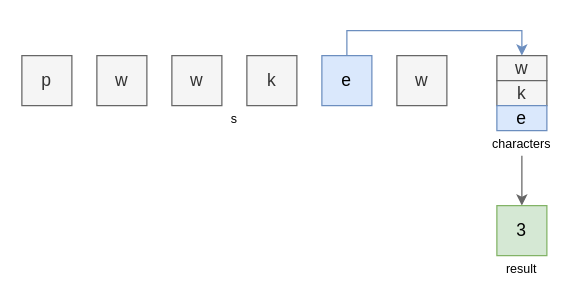
This is page "4" (4 of 4) of problems/problem3.drawio from hanggrian/grind-leetcode, a draw.io file, before an edit. Source tidied: cells renumbered, new cells numbered last; positions are measured from the earlier drawing's top-left corner, leaving out a move shared by most shapes. Both pictures are drawn from the tidied source at 125%, with x=0, y=0 at pixel (21, 55).
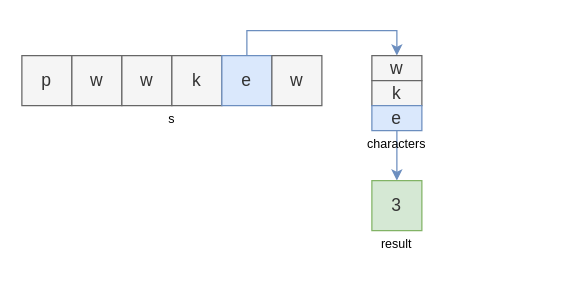
The same diagram, later.

Change to the diagram source:
```diff
@@
 <mxGraphModel>
   <root>
     <mxCell id="0" />
     <mxCell id="1" parent="0" />
     <mxCell id="2" value="p" style="text;html=1;align=center;verticalAlign=middle;whiteSpace=wrap;rounded=0;fillColor=#f5f5f5;strokeColor=#666666;fontSize=14;fontColor=#333333;" parent="1" vertex="1">
       <mxGeometry width="40" height="40" as="geometry" />
     </mxCell>
     <mxCell id="3" value="w" style="text;html=1;align=center;verticalAlign=middle;whiteSpace=wrap;rounded=0;fillColor=#f5f5f5;strokeColor=#666666;fontSize=14;fontColor=#333333;" parent="1" vertex="1">
-      <mxGeometry x="60" width="40" height="40" as="geometry" />
+      <mxGeometry x="40" width="40" height="40" as="geometry" />
     </mxCell>
     <mxCell id="4" value="w" style="text;html=1;align=center;verticalAlign=middle;whiteSpace=wrap;rounded=0;fillColor=#f5f5f5;strokeColor=#666666;fontSize=14;fontColor=#333333;" parent="1" vertex="1">
-      <mxGeometry x="120" width="40" height="40" as="geometry" />
+      <mxGeometry x="80" width="40" height="40" as="geometry" />
     </mxCell>
     <mxCell id="5" value="k" style="text;html=1;align=center;verticalAlign=middle;whiteSpace=wrap;rounded=0;fillColor=#f5f5f5;strokeColor=#666666;fontSize=14;fontColor=#333333;" parent="1" vertex="1">
-      <mxGeometry x="180" width="40" height="40" as="geometry" />
+      <mxGeometry x="120" width="40" height="40" as="geometry" />
     </mxCell>
     <mxCell id="6" style="edgeStyle=orthogonalEdgeStyle;rounded=0;jettySize=auto;html=1;exitX=0.5;exitY=0;exitDx=0;exitDy=0;entryX=0.5;entryY=0;entryDx=0;entryDy=0;fillColor=#dae8fc;strokeColor=#6c8ebf;" parent="1" edge="1" source="7" target="9">
       <mxGeometry relative="1" as="geometry" />
     </mxCell>
-    <mxCell id="7" value="e" style="text;html=1;align=center;verticalAlign=middle;whiteSpace=wrap;rounded=0;fillColor=#dae8fc;strokeColor=#6c8ebf;fontSize=14;" parent="1" vertex="1">
-      <mxGeometry x="240" width="40" height="40" as="geometry" />
+    <mxCell id="7" value="e" style="text;html=1;align=center;verticalAlign=middle;whiteSpace=wrap;rounded=0;fillColor=#dae8fc;strokeColor=#6c8ebf;fontSize=14;fontColor=#333333;" parent="1" vertex="1">
+      <mxGeometry x="160" width="40" height="40" as="geometry" />
     </mxCell>
     <mxCell id="8" value="w" style="text;html=1;align=center;verticalAlign=middle;whiteSpace=wrap;rounded=0;fillColor=#f5f5f5;strokeColor=#666666;fontSize=14;fontColor=#333333;" parent="1" vertex="1">
-      <mxGeometry x="300" width="40" height="40" as="geometry" />
+      <mxGeometry x="200" width="40" height="40" as="geometry" />
     </mxCell>
     <mxCell id="9" value="w" style="text;html=1;align=center;verticalAlign=middle;whiteSpace=wrap;rounded=0;fillColor=#f5f5f5;strokeColor=#666666;fontSize=14;fontStyle=0;fontColor=#333333;" parent="1" vertex="1">
-      <mxGeometry x="380" width="40" height="20" as="geometry" />
+      <mxGeometry x="280" width="40" height="20" as="geometry" />
     </mxCell>
     <mxCell id="10" value="s" style="text;html=1;align=center;verticalAlign=middle;whiteSpace=wrap;rounded=0;fontSize=10;" parent="1" vertex="1">
-      <mxGeometry y="40" width="340" height="20" as="geometry" />
+      <mxGeometry y="40" width="240" height="20" as="geometry" />
     </mxCell>
-    <mxCell id="11" style="edgeStyle=orthogonalEdgeStyle;rounded=0;jettySize=auto;html=1;exitX=0.5;exitY=1;exitDx=0;exitDy=0;entryX=0.5;entryY=0;entryDx=0;entryDy=0;fillColor=#f5f5f5;strokeColor=#666666;" parent="1" edge="1" source="12" target="13">
+    <mxCell id="11" style="edgeStyle=orthogonalEdgeStyle;rounded=0;jettySize=auto;html=1;exitX=0.5;exitY=1;exitDx=0;exitDy=0;entryX=0.5;entryY=0;entryDx=0;entryDy=0;fillColor=#dae8fc;strokeColor=#6c8ebf;" parent="1" edge="1" source="16" target="13">
       <mxGeometry relative="1" as="geometry" />
     </mxCell>
     <mxCell id="12" value="characters" style="text;html=1;align=center;verticalAlign=middle;whiteSpace=wrap;rounded=0;fontSize=10;" parent="1" vertex="1">
-      <mxGeometry x="380" y="60" width="40" height="20" as="geometry" />
+      <mxGeometry x="280" y="60" width="40" height="20" as="geometry" />
     </mxCell>
-    <mxCell id="13" value="3" style="text;html=1;align=center;verticalAlign=middle;whiteSpace=wrap;rounded=0;fillColor=#d5e8d4;strokeColor=#82b366;fontSize=14;fontStyle=0;" parent="1" vertex="1">
-      <mxGeometry x="380" y="120" width="40" height="40" as="geometry" />
+    <mxCell id="13" value="3" style="text;html=1;align=center;verticalAlign=middle;whiteSpace=wrap;rounded=0;fillColor=#d5e8d4;strokeColor=#82b366;fontSize=14;fontStyle=0;fontColor=#333333;" parent="1" vertex="1">
+      <mxGeometry x="280" y="100" width="40" height="40" as="geometry" />
     </mxCell>
     <mxCell id="14" value="result" style="text;html=1;align=center;verticalAlign=middle;whiteSpace=wrap;rounded=0;fontSize=10;" parent="1" vertex="1">
-      <mxGeometry x="380" y="160" width="40" height="20" as="geometry" />
+      <mxGeometry x="280" y="140" width="40" height="20" as="geometry" />
     </mxCell>
     <mxCell id="15" value="k" style="text;html=1;align=center;verticalAlign=middle;whiteSpace=wrap;rounded=0;fillColor=#f5f5f5;strokeColor=#666666;fontSize=14;fontStyle=0;fontColor=#333333;" parent="1" vertex="1">
-      <mxGeometry x="380" y="20" width="40" height="20" as="geometry" />
+      <mxGeometry x="280" y="20" width="40" height="20" as="geometry" />
     </mxCell>
-    <mxCell id="16" value="e" style="text;html=1;align=center;verticalAlign=middle;whiteSpace=wrap;rounded=0;fillColor=#dae8fc;strokeColor=#6c8ebf;fontSize=14;fontStyle=0;" parent="1" vertex="1">
-      <mxGeometry x="380" y="40" width="40" height="20" as="geometry" />
+    <mxCell id="16" value="e" style="text;html=1;align=center;verticalAlign=middle;whiteSpace=wrap;rounded=0;fillColor=#dae8fc;strokeColor=#6c8ebf;fontSize=14;fontStyle=0;fontColor=#333333;" parent="1" vertex="1">
+      <mxGeometry x="280" y="40" width="40" height="20" as="geometry" />
     </mxCell>
   </root>
 </mxGraphModel>
```
